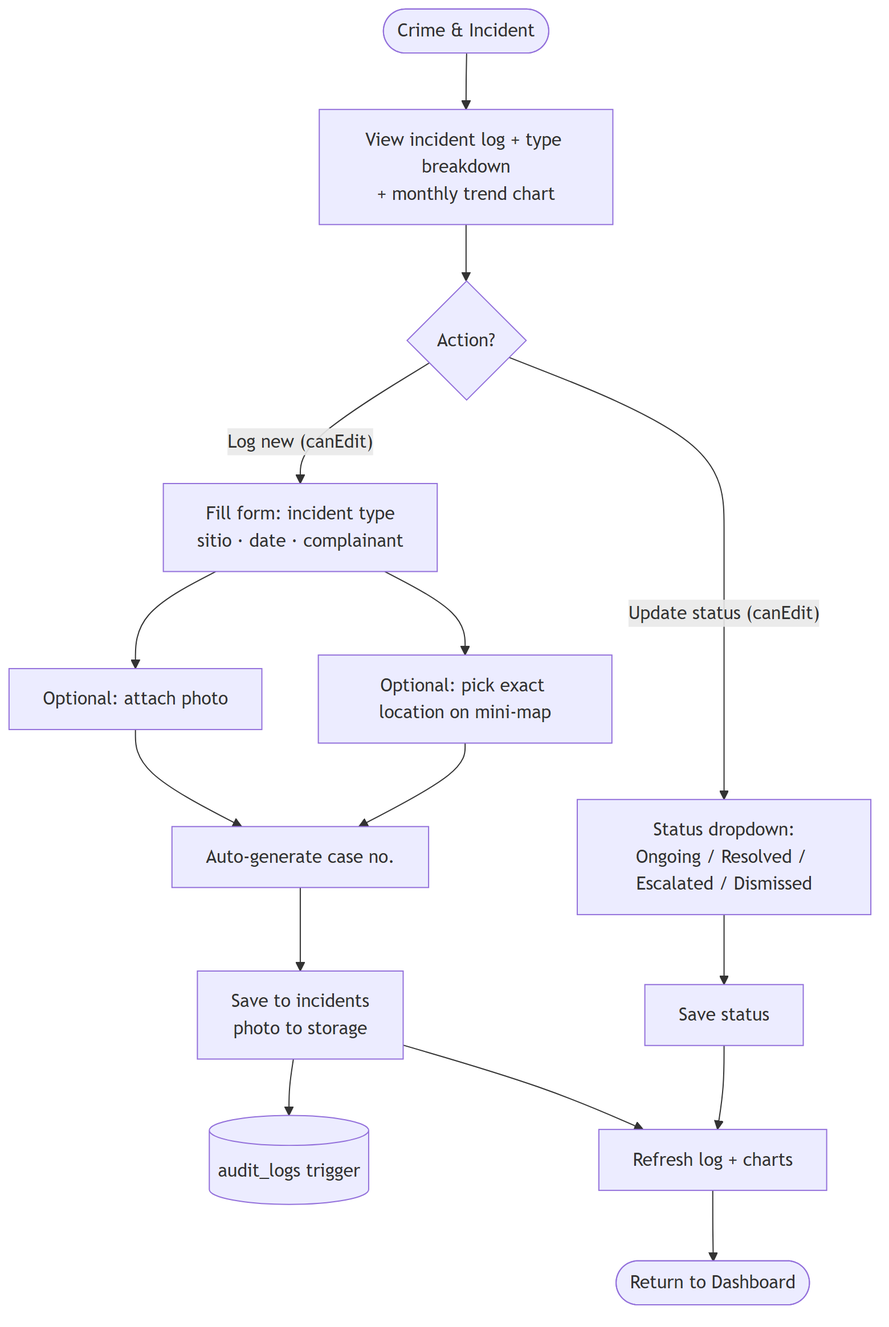
Above: diagrams/modules/crime_incident.png in KellyEspera/protect (Mermaid), before the change. Its source is kept beside it as diagrams/modules/crime_incident.mmd. The source it was exported from:
```mermaid
flowchart TD
    CI([Crime & Incident]) --> View[View incident log + type breakdown<br/>+ monthly trend chart]
    View --> Act{Action?}

    Act -- "Log new (canEdit)" --> Form[Fill form: incident type<br/>sitio · date · complainant]
    Form --> Photo[Optional: attach photo]
    Form --> Loc[Optional: pick exact location on mini-map]
    Photo --> Gen[Auto-generate case no.]
    Loc --> Gen
    Gen --> Save[Save to incidents<br/>photo to storage]
    Save --> Audit[(audit_logs trigger)]
    Save --> Refresh[Refresh log + charts]

    Act -- "Update status (canEdit)" --> Status[Status dropdown:<br/>Ongoing / Resolved / Escalated / Dismissed]
    Status --> SaveS[Save status] --> Refresh

    Refresh --> Done([Return to Dashboard])
```
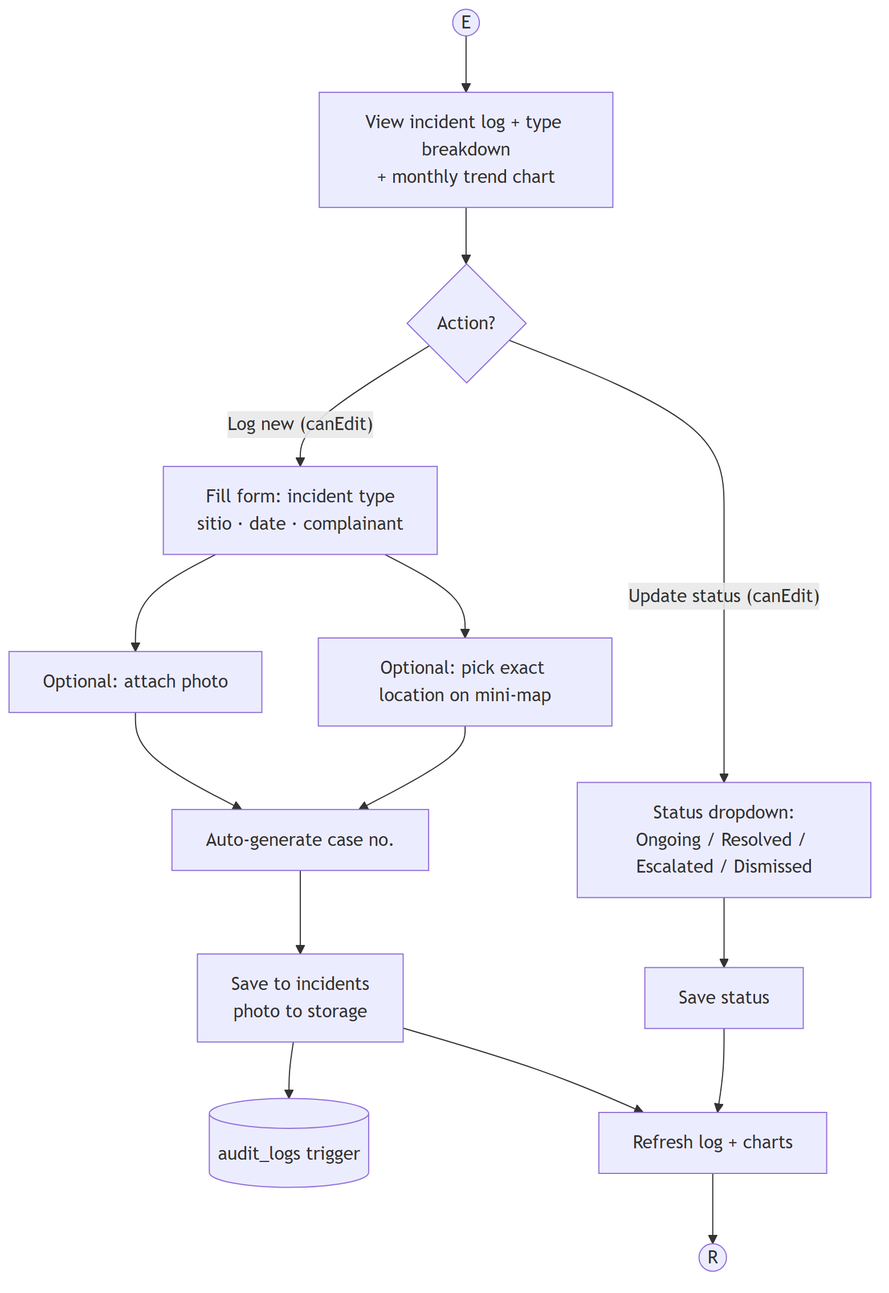
After the change.

The edit, as a diff of the source:
```diff
@@ -1,5 +1,5 @@
 flowchart TD
-    CI([Crime & Incident]) --> View[View incident log + type breakdown<br/>+ monthly trend chart]
+    E((E)) --> View[View incident log + type breakdown<br/>+ monthly trend chart]
     View --> Act{Action?}
 
     Act -- "Log new (canEdit)" --> Form[Fill form: incident type<br/>sitio · date · complainant]
@@ -14,4 +14,4 @@
     Act -- "Update status (canEdit)" --> Status[Status dropdown:<br/>Ongoing / Resolved / Escalated / Dismissed]
     Status --> SaveS[Save status] --> Refresh
 
-    Refresh --> Done([Return to Dashboard])
+    Refresh --> R((R))
```
